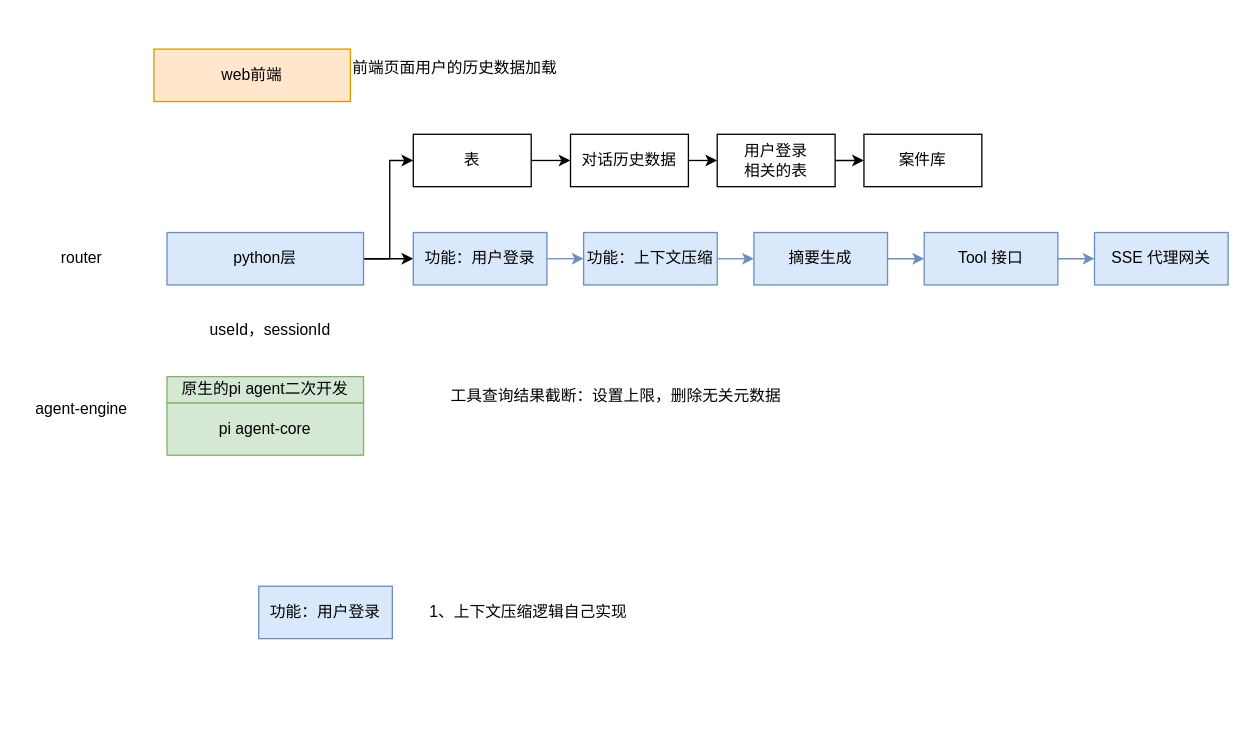
The draw.io diagram lawAgent2.0.drawio in A-person-from-solar-system/law_agent, before the edit. Source tidied: cells renumbered, new cells numbered last; positions are measured from the earlier drawing's top-left corner, leaving out a move shared by most shapes. Both pictures are drawn from the tidied source at 131%, with x=0, y=0 at pixel (22, 48).
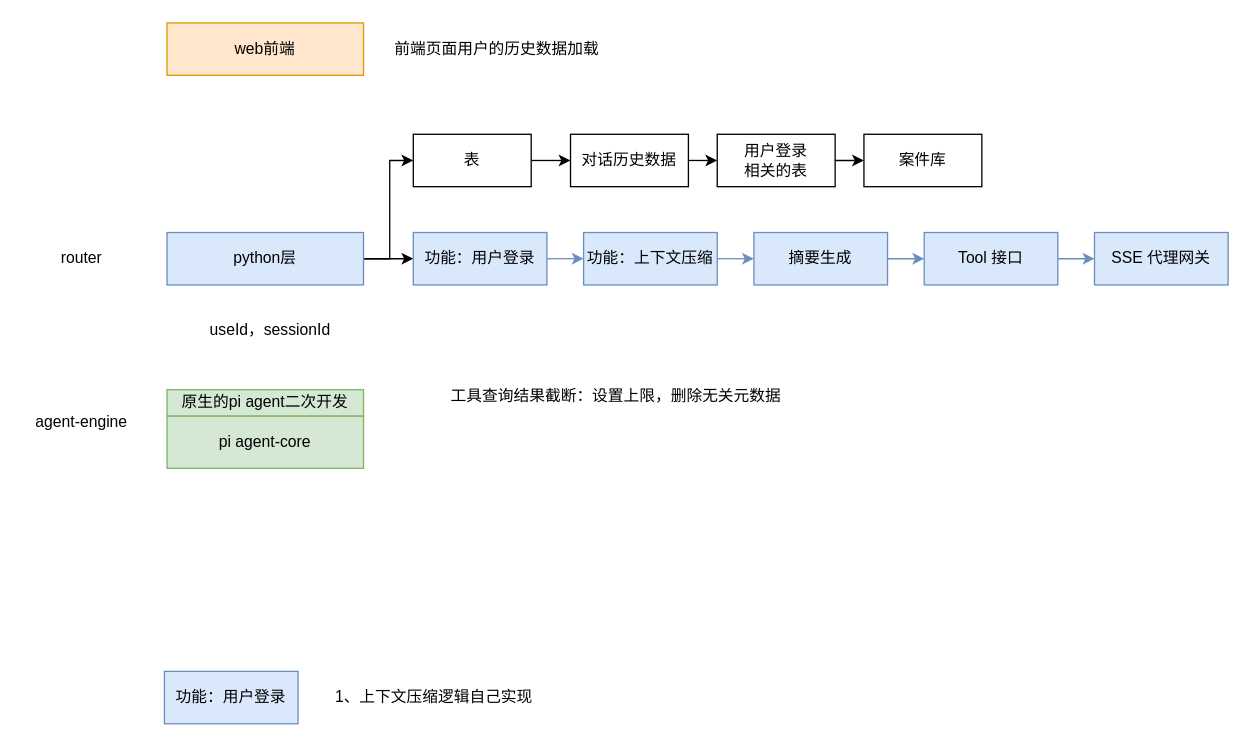
After the change.

The edit, as a diff of the source:
```diff
@@
     <mxCell id="2" value="pi agent-core" style="rounded=0;whiteSpace=wrap;html=1;fillColor=#d5e8d4;strokeColor=#82b366;" parent="1" vertex="1">
-      <mxGeometry x="110" y="270" width="150" height="40" as="geometry" />
+      <mxGeometry x="110" y="280" width="150" height="40" as="geometry" />
     </mxCell>
@@
     <mxCell id="6" value="web前端" style="rounded=0;whiteSpace=wrap;html=1;fillColor=#ffe6cc;strokeColor=#d79b00;" parent="1" vertex="1">
-      <mxGeometry x="100" width="150" height="40" as="geometry" />
+      <mxGeometry x="110" y="-20" width="150" height="40" as="geometry" />
     </mxCell>
     <mxCell id="7" value="前端页面用户的历史数据加载" style="text;html=1;whiteSpace=wrap;strokeColor=none;fillColor=none;align=center;verticalAlign=middle;rounded=0;" parent="1" vertex="1">
-      <mxGeometry x="250" width="160" height="30" as="geometry" />
+      <mxGeometry x="282" y="-15" width="160" height="30" as="geometry" />
     </mxCell>
@@
     <mxCell id="10" value="原生的pi agent二次开发" style="rounded=0;whiteSpace=wrap;html=1;fillColor=#d5e8d4;strokeColor=#82b366;" parent="1" vertex="1">
-      <mxGeometry x="110" y="250" width="150" height="20" as="geometry" />
+      <mxGeometry x="110" y="260" width="150" height="20" as="geometry" />
     </mxCell>
     <mxCell id="11" value="1、上下文压缩逻辑自己实现" style="text;html=1;whiteSpace=wrap;strokeColor=none;fillColor=none;align=center;verticalAlign=middle;rounded=0;" parent="1" vertex="1">
-      <mxGeometry x="300" y="415" width="172" height="30" as="geometry" />
+      <mxGeometry x="228" y="480" width="172" height="30" as="geometry" />
     </mxCell>
     <mxCell id="12" value="agent-engine" style="text;html=1;whiteSpace=wrap;strokeColor=none;fillColor=none;align=center;verticalAlign=middle;rounded=0;" parent="1" vertex="1">
-      <mxGeometry y="260" width="90" height="30" as="geometry" />
+      <mxGeometry y="270" width="90" height="30" as="geometry" />
     </mxCell>
@@
     <mxCell id="30" value="功能：用户登录" style="rounded=0;whiteSpace=wrap;html=1;fillColor=#dae8fc;strokeColor=#6c8ebf;" parent="1" vertex="1">
-      <mxGeometry x="180" y="410" width="102" height="40" as="geometry" />
+      <mxGeometry x="108" y="475" width="102" height="40" as="geometry" />
     </mxCell>
+    <mxCell id="31" style="edgeStyle=orthogonalEdgeStyle;rounded=0;orthogonalLoop=1;jettySize=auto;html=1;innerLoopWaypoints=1;exitX=0.5;exitY=1;exitDx=0;exitDy=0;" parent="1" edge="1" source="12" target="12">
+      <mxGeometry relative="1" as="geometry" />
+    </mxCell>
```
